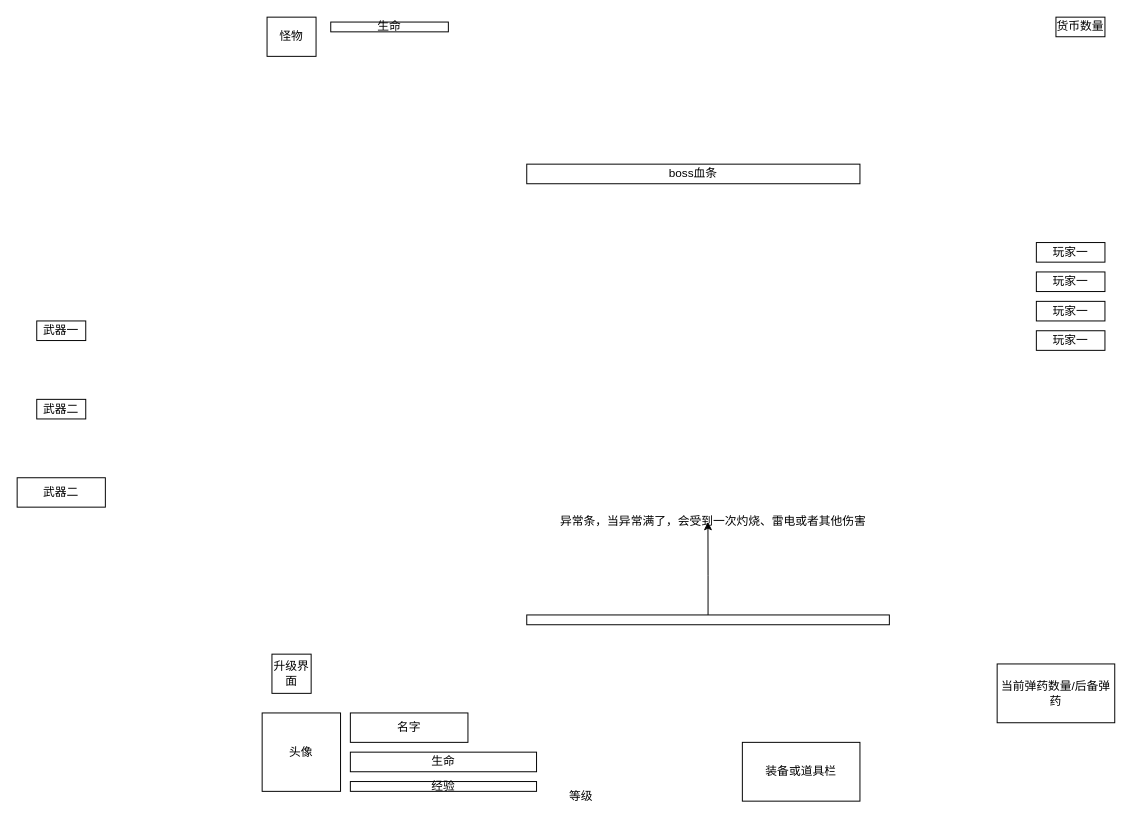
Before: GDD/未命名绘图.drawio in Gaaaaaami/GET_Gameplayer_Structure, a draw.io diagram. Source tidied: cells renumbered, new cells numbered last; positions are measured from the earlier drawing's top-left corner, leaving out a move shared by most shapes. Both pictures are drawn from the tidied source at 98%, with x=0, y=0 at pixel (17, 17).
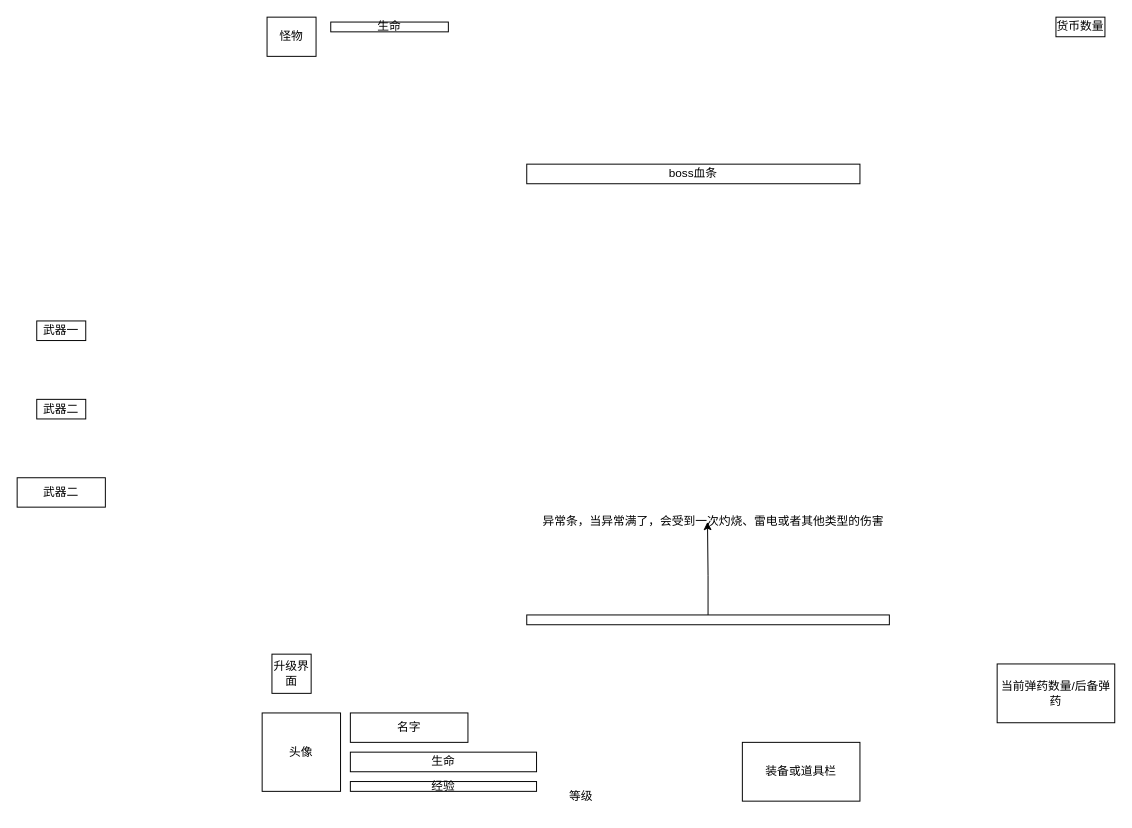
Above is the later version.

What changed in the source:
```diff
@@
-    <mxCell id="11" value="异常条，当异常满了，会受到一次灼烧、雷电或者其他伤害" style="text;html=1;align=center;verticalAlign=middle;points=[];strokeColor=none;fillColor=none;" parent="1" vertex="1">
-      <mxGeometry x="540" y="500" width="340" height="30" as="geometry" />
+    <mxCell id="11" value="异常条，当异常满了，会受到一次灼烧、雷电或者其他类型的伤害" style="text;html=1;align=center;verticalAlign=middle;points=[];strokeColor=none;fillColor=none;" parent="1" vertex="1">
+      <mxGeometry x="525" y="500" width="370" height="30" as="geometry" />
     </mxCell>
@@
-    <mxCell id="18" value="玩家一" style="whiteSpace=wrap;html=1;" parent="1" vertex="1">
-      <mxGeometry x="1040" y="230" width="70" height="20" as="geometry" />
-    </mxCell>
-    <mxCell id="19" value="玩家一" style="whiteSpace=wrap;html=1;" parent="1" vertex="1">
-      <mxGeometry x="1040" y="260" width="70" height="20" as="geometry" />
-    </mxCell>
-    <mxCell id="20" value="玩家一" style="whiteSpace=wrap;html=1;" parent="1" vertex="1">
-      <mxGeometry x="1040" y="290" width="70" height="20" as="geometry" />
-    </mxCell>
-    <mxCell id="21" value="玩家一" style="whiteSpace=wrap;html=1;" parent="1" vertex="1">
-      <mxGeometry x="1040" y="320" width="70" height="20" as="geometry" />
-    </mxCell>
```
